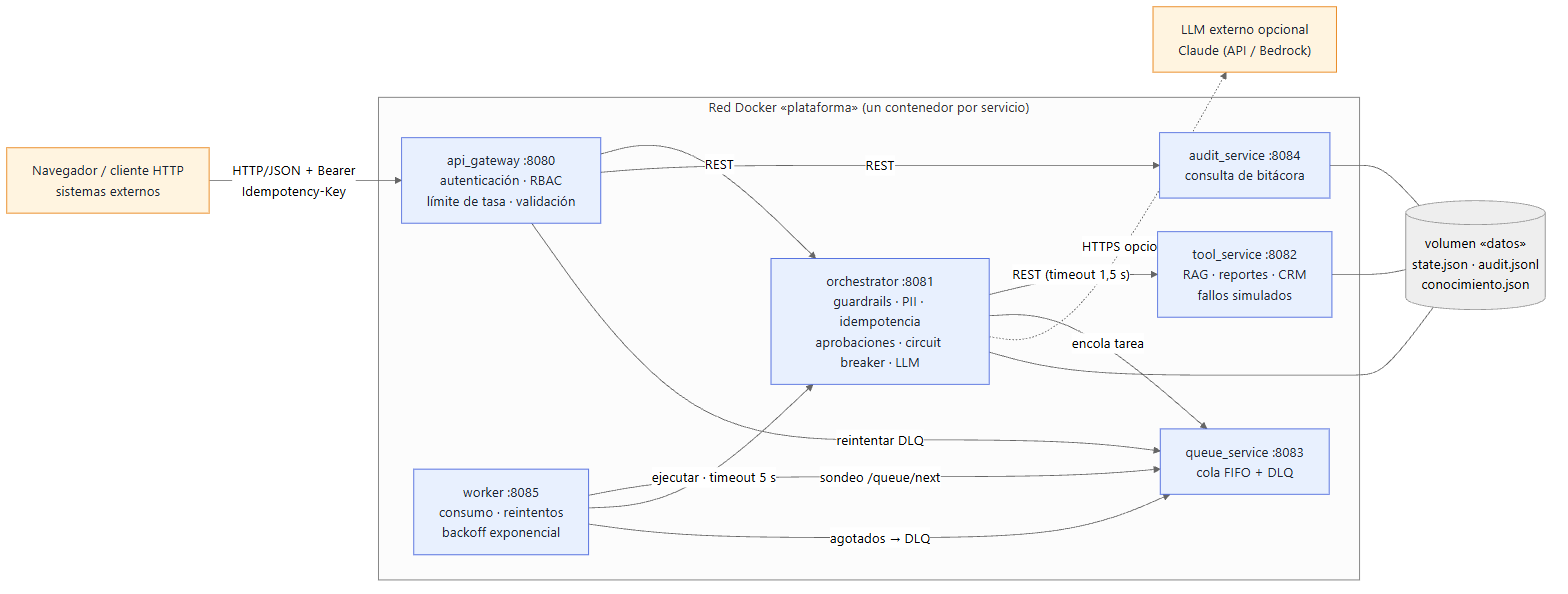
Earlier version of the Mermaid export docs/prototipo.png (felipearenas256-dot/proyecto-sd-plataforma-agentes-llm). Its source is kept beside it as docs/prototipo.mmd. Source of this version:
```mermaid
flowchart LR
    CLI["Navegador / cliente HTTP<br/>sistemas externos"]

    subgraph RED["Red Docker «plataforma» (un contenedor por servicio)"]
        GWY["api_gateway :8080<br/>autenticación · RBAC<br/>límite de tasa · validación"]
        ORQ["orchestrator :8081<br/>guardrails · PII · idempotencia<br/>aprobaciones · circuit breaker · LLM"]
        TOOL["tool_service :8082<br/>RAG · reportes · CRM<br/>fallos simulados"]
        COLA["queue_service :8083<br/>cola FIFO + DLQ"]
        WRK["worker :8085<br/>consumo · reintentos<br/>backoff exponencial"]
        AUD["audit_service :8084<br/>consulta de bitácora"]
    end

    VOL[("volumen «datos»<br/>state.json · audit.jsonl<br/>conocimiento.json")]
    LLM["LLM externo opcional<br/>Claude (API / Bedrock)"]

    CLI -->|"HTTP/JSON + Bearer<br/>Idempotency-Key"| GWY
    GWY -->|REST| ORQ
    GWY -->|REST| AUD
    GWY -->|reintentar DLQ| COLA
    ORQ -->|"REST (timeout 1,5 s)"| TOOL
    ORQ -->|encola tarea| COLA
    WRK -->|"sondeo /queue/next"| COLA
    WRK -->|"ejecutar · timeout 5 s"| ORQ
    WRK -->|"agotados → DLQ"| COLA
    ORQ -.->|HTTPS opcional| LLM
    ORQ --- VOL
    AUD --- VOL
    TOOL --- VOL

    classDef svc fill:#e8f0fe,stroke:#3b5bdb,color:#1c2430
    classDef ext fill:#fff4e0,stroke:#e67700,color:#1c2430
    class GWY,ORQ,TOOL,COLA,WRK,AUD svc
    class CLI,LLM ext
```
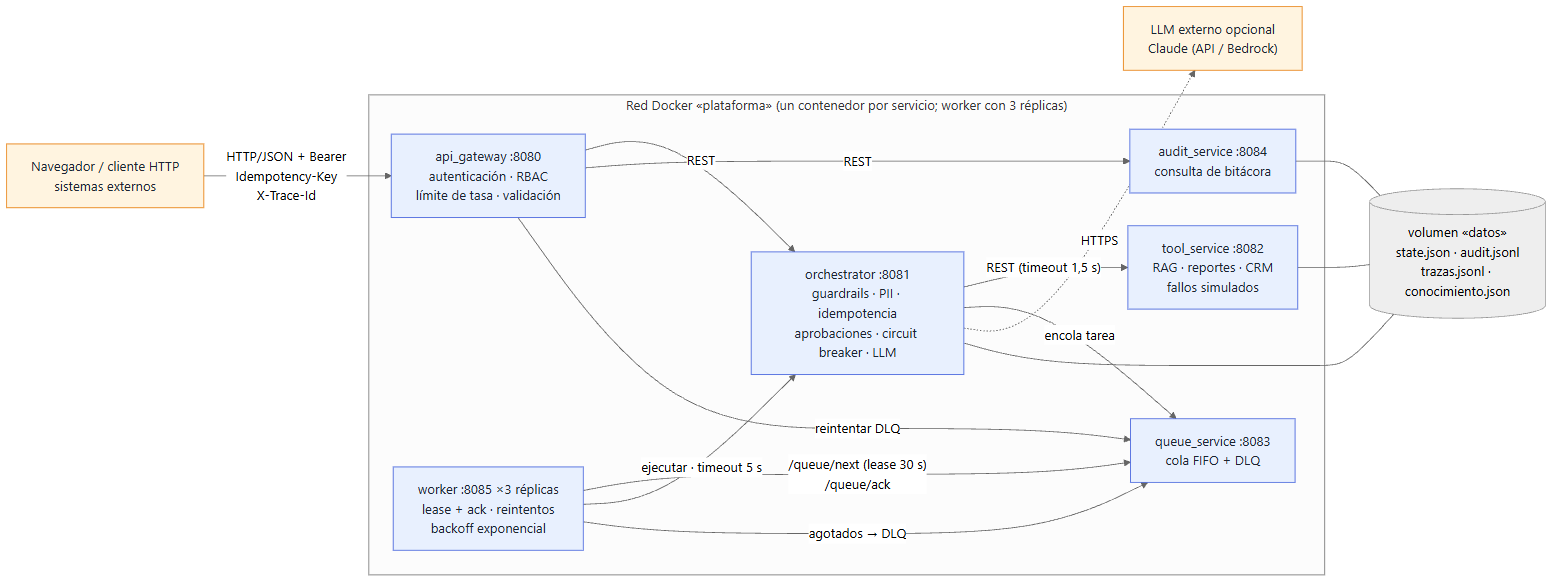
Later version of the same file.

The edit, as a diff of the source:
```diff
@@ -1,28 +1,28 @@
 flowchart LR
     CLI["Navegador / cliente HTTP<br/>sistemas externos"]
 
-    subgraph RED["Red Docker «plataforma» (un contenedor por servicio)"]
+    subgraph RED["Red Docker «plataforma» (un contenedor por servicio; worker con 3 réplicas)"]
         GWY["api_gateway :8080<br/>autenticación · RBAC<br/>límite de tasa · validación"]
         ORQ["orchestrator :8081<br/>guardrails · PII · idempotencia<br/>aprobaciones · circuit breaker · LLM"]
         TOOL["tool_service :8082<br/>RAG · reportes · CRM<br/>fallos simulados"]
         COLA["queue_service :8083<br/>cola FIFO + DLQ"]
-        WRK["worker :8085<br/>consumo · reintentos<br/>backoff exponencial"]
+        WRK["worker :8085 ×3 réplicas<br/>lease + ack · reintentos<br/>backoff exponencial"]
         AUD["audit_service :8084<br/>consulta de bitácora"]
     end
 
-    VOL[("volumen «datos»<br/>state.json · audit.jsonl<br/>conocimiento.json")]
+    VOL[("volumen «datos»<br/>state.json · audit.jsonl<br/>trazas.jsonl · conocimiento.json")]
     LLM["LLM externo opcional<br/>Claude (API / Bedrock)"]
 
-    CLI -->|"HTTP/JSON + Bearer<br/>Idempotency-Key"| GWY
+    CLI -->|"HTTP/JSON + Bearer<br/>Idempotency-Key<br/>X-Trace-Id"| GWY
     GWY -->|REST| ORQ
     GWY -->|REST| AUD
     GWY -->|reintentar DLQ| COLA
     ORQ -->|"REST (timeout 1,5 s)"| TOOL
     ORQ -->|encola tarea| COLA
-    WRK -->|"sondeo /queue/next"| COLA
+    WRK -->|"/queue/next (lease 30 s)<br/>/queue/ack"| COLA
     WRK -->|"ejecutar · timeout 5 s"| ORQ
     WRK -->|"agotados → DLQ"| COLA
-    ORQ -.->|HTTPS opcional| LLM
+    ORQ -.->|HTTPS| LLM
     ORQ --- VOL
     AUD --- VOL
     TOOL --- VOL
```
